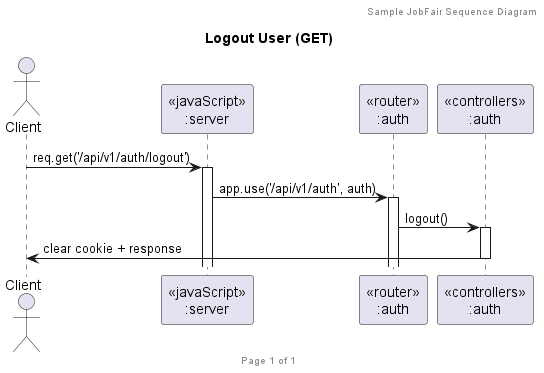
Above: out/uml/sequence-diagram/Logout User (GET).png in 2110503-CEDT68/be-project-68-vacq (PlantUML), before the change. The source it was exported from:
```plantuml
@startuml Logout User (GET)

header Sample JobFair Sequence Diagram
footer Page %page% of %lastpage%
title "Logout User (GET)"

actor "Client" as client
participant "<<javaScript>>\n:server" as server
participant "<<router>>\n:auth" as routerAuth
participant "<<controllers>>\n:auth" as controllersAuth

client->server ++: req.get('/api/v1/auth/logout')
server->routerAuth ++: app.use('/api/v1/auth', auth)
routerAuth -> controllersAuth ++: logout()
controllersAuth->client --: clear cookie + response

@enduml
```
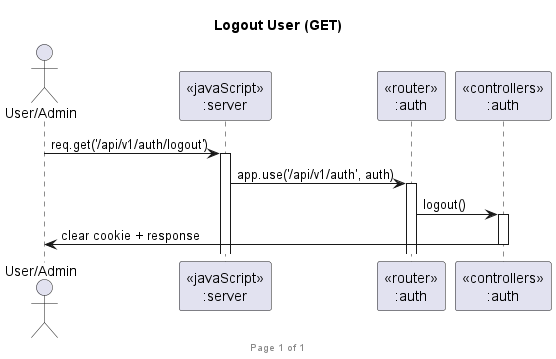
Above is the later version.

Change to the diagram source:
```diff
@@ -1,10 +1,9 @@
 @startuml Logout User (GET)
 
-header Sample JobFair Sequence Diagram
 footer Page %page% of %lastpage%
 title "Logout User (GET)"
 
-actor "Client" as client
+actor "User/Admin" as client
 participant "<<javaScript>>\n:server" as server
 participant "<<router>>\n:auth" as routerAuth
 participant "<<controllers>>\n:auth" as controllersAuth
```
